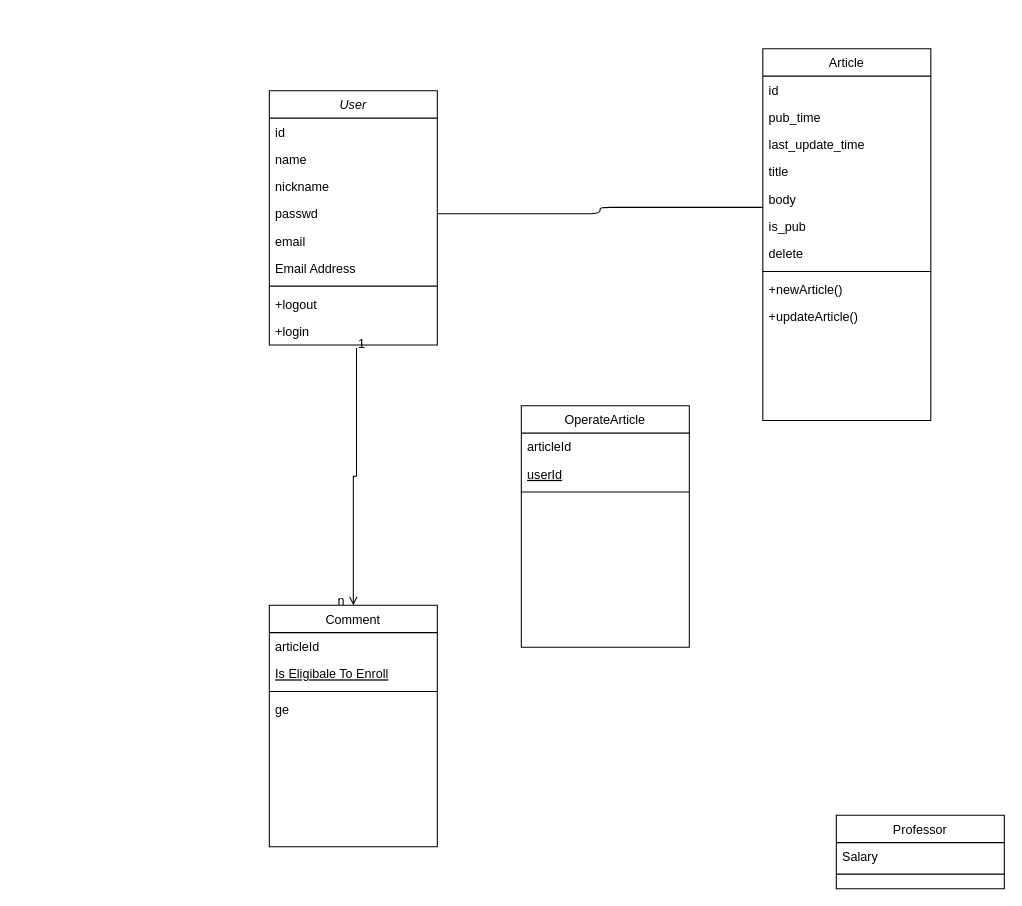
Earlier version of the draw.io diagram uml.drawio (JohnsonGreen/FormalMethod). Source tidied: cells renumbered, new cells numbered last; positions are measured from the earlier drawing's top-left corner, leaving out a move shared by most shapes. Both pictures are drawn from the tidied source at 105%, with x=0, y=0 at pixel (269, 48).
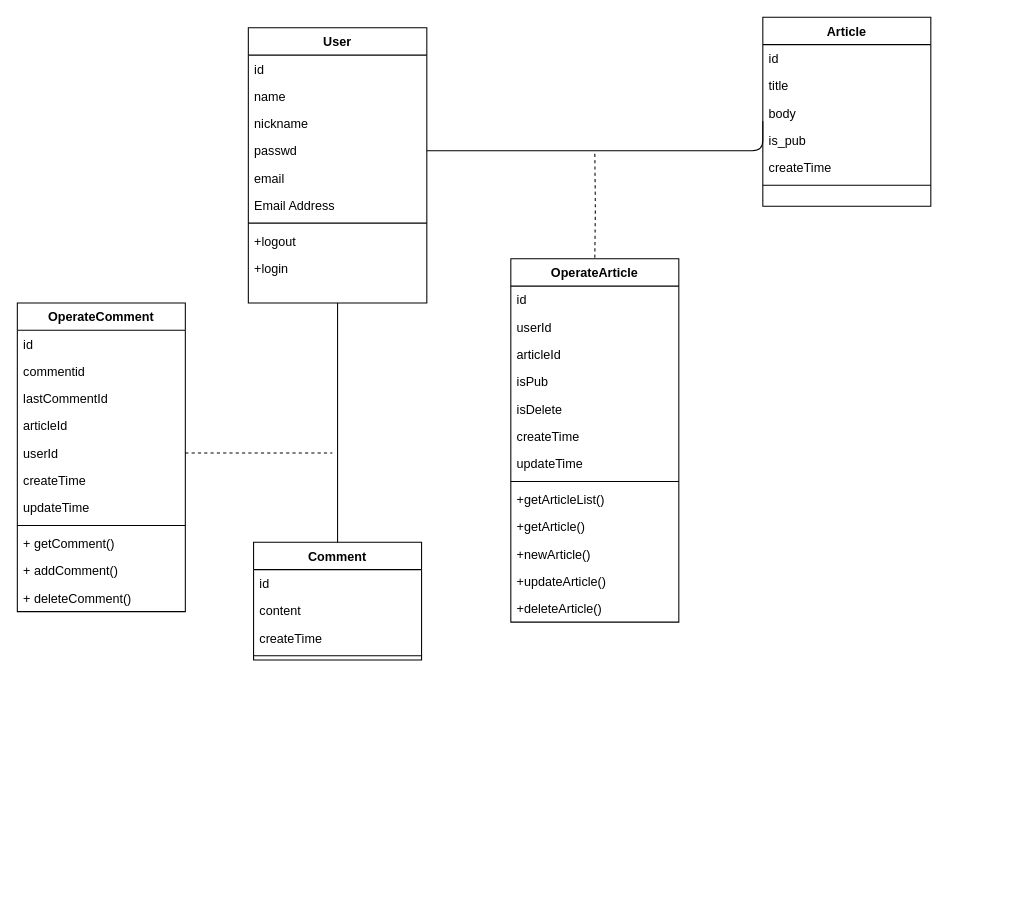
The same page after the edit.

The edit, as a diff of the source:
```diff
@@
-    <mxCell id="2" value="Comment" style="swimlane;fontStyle=0;align=center;verticalAlign=top;horizontal=1;startSize=26;rounded=0;shadow=0;strokeWidth=1;" parent="1" vertex="1">
-      <mxGeometry y="530" width="160" height="230" as="geometry" />
-    </mxCell>
-    <mxCell id="3" value="articleId" style="text;align=left;verticalAlign=top;spacingLeft=4;spacingRight=4;overflow=hidden;rounded=0;shadow=0;html=0;" parent="2" vertex="1">
-      <mxGeometry y="26" width="160" height="26" as="geometry" />
-    </mxCell>
-    <mxCell id="4" value="Is Eligibale To Enroll" style="text;align=left;verticalAlign=top;spacingLeft=4;spacingRight=4;overflow=hidden;fontStyle=4;" parent="2" vertex="1">
-      <mxGeometry y="52" width="160" height="26" as="geometry" />
-    </mxCell>
-    <mxCell id="5" style="line;html=1;strokeWidth=1;align=left;verticalAlign=middle;spacingTop=-1;spacingLeft=3;spacingRight=3;labelPosition=right;" parent="2" vertex="1">
-      <mxGeometry y="78" width="160" height="8" as="geometry" />
-    </mxCell>
-    <mxCell id="6" value="ge" style="text;align=left;verticalAlign=top;spacingLeft=4;spacingRight=4;overflow=hidden;" parent="2" vertex="1">
-      <mxGeometry y="86" width="160" height="26" as="geometry" />
-    </mxCell>
-    <mxCell id="7" value="Professor" style="swimlane;fontStyle=0;align=center;verticalAlign=top;horizontal=1;startSize=26;rounded=0;shadow=0;strokeWidth=1;" parent="1" vertex="1">
-      <mxGeometry x="540" y="730" width="160" height="70" as="geometry" />
-    </mxCell>
-    <mxCell id="8" value="Salary" style="text;align=left;verticalAlign=top;spacingLeft=4;spacingRight=4;overflow=hidden;" parent="7" vertex="1">
-      <mxGeometry y="26" width="160" height="26" as="geometry" />
-    </mxCell>
-    <mxCell id="9" style="line;html=1;strokeWidth=1;align=left;verticalAlign=middle;spacingTop=-1;spacingLeft=3;spacingRight=3;labelPosition=right;" parent="7" vertex="1">
-      <mxGeometry y="52" width="160" height="8" as="geometry" />
-    </mxCell>
-    <mxCell id="10" value="Article" style="swimlane;fontStyle=0;align=center;verticalAlign=top;horizontal=1;startSize=26;rounded=0;shadow=0;strokeWidth=1;" parent="1" vertex="1">
-      <mxGeometry x="470" width="160" height="354" as="geometry" />
+    <mxCell id="10" value="Article" style="swimlane;fontStyle=1;align=center;verticalAlign=top;horizontal=1;startSize=26;rounded=0;shadow=0;strokeWidth=1;" parent="1" vertex="1">
+      <mxGeometry x="470" y="-30" width="160" height="180" as="geometry" />
     </mxCell>
@@
-    <mxCell id="12" value="pub_time" style="text;align=left;verticalAlign=top;spacingLeft=4;spacingRight=4;overflow=hidden;rounded=0;shadow=0;html=0;" parent="10" vertex="1">
-      <mxGeometry y="52" width="160" height="26" as="geometry" />
-    </mxCell>
-    <mxCell id="13" value="last_update_time" style="text;align=left;verticalAlign=top;spacingLeft=4;spacingRight=4;overflow=hidden;rounded=0;shadow=0;html=0;" parent="10" vertex="1">
-      <mxGeometry y="78" width="160" height="26" as="geometry" />
-    </mxCell>
     <mxCell id="14" value="title" style="text;align=left;verticalAlign=top;spacingLeft=4;spacingRight=4;overflow=hidden;rounded=0;shadow=0;html=0;" parent="10" vertex="1">
-      <mxGeometry y="104" width="160" height="26" as="geometry" />
+      <mxGeometry y="52" width="160" height="26" as="geometry" />
     </mxCell>
     <mxCell id="15" value="body" style="text;align=left;verticalAlign=top;spacingLeft=4;spacingRight=4;overflow=hidden;points=[[0,0.5],[1,0.5]];portConstraint=eastwest;rounded=0;shadow=0;html=0;" parent="10" vertex="1">
-      <mxGeometry y="130" width="160" height="26" as="geometry" />
+      <mxGeometry y="78" width="160" height="26" as="geometry" />
     </mxCell>
     <mxCell id="16" value="is_pub" style="text;align=left;verticalAlign=top;spacingLeft=4;spacingRight=4;overflow=hidden;rounded=0;shadow=0;html=0;" parent="10" vertex="1">
-      <mxGeometry y="156" width="160" height="26" as="geometry" />
+      <mxGeometry y="104" width="160" height="26" as="geometry" />
     </mxCell>
-    <mxCell id="17" value="delete" style="text;align=left;verticalAlign=top;spacingLeft=4;spacingRight=4;overflow=hidden;rounded=0;shadow=0;html=0;" parent="10" vertex="1">
-      <mxGeometry y="182" width="160" height="26" as="geometry" />
-    </mxCell>
+    <mxCell id="39" value="createTime" style="text;align=left;verticalAlign=top;spacingLeft=4;spacingRight=4;overflow=hidden;rounded=0;shadow=0;html=0;" parent="10" vertex="1">
+      <mxGeometry y="130" width="160" height="26" as="geometry" />
+    </mxCell>
     <mxCell id="18" style="line;html=1;strokeWidth=1;align=left;verticalAlign=middle;spacingTop=-1;spacingLeft=3;spacingRight=3;labelPosition=right;" parent="10" vertex="1">
-      <mxGeometry y="208" width="160" height="8" as="geometry" />
+      <mxGeometry y="156" width="160" height="8" as="geometry" />
     </mxCell>
-    <mxCell id="19" value="+newArticle()" style="text;align=left;verticalAlign=top;spacingLeft=4;spacingRight=4;overflow=hidden;" parent="10" vertex="1">
-      <mxGeometry y="216" width="160" height="26" as="geometry" />
-    </mxCell>
-    <mxCell id="20" value="+updateArticle()" style="text;align=left;verticalAlign=top;spacingLeft=4;spacingRight=4;overflow=hidden;" parent="10" vertex="1">
-      <mxGeometry y="242" width="160" height="26" as="geometry" />
-    </mxCell>
-    <mxCell id="21" value="User" style="swimlane;fontStyle=2;align=center;verticalAlign=top;horizontal=1;startSize=26;rounded=0;shadow=0;strokeWidth=1;" parent="1" vertex="1">
-      <mxGeometry y="40" width="160" height="242" as="geometry" />
+    <mxCell id="21" value="User" style="swimlane;fontStyle=1;align=center;verticalAlign=top;horizontal=1;startSize=26;rounded=0;shadow=0;strokeWidth=1;" parent="1" vertex="1">
+      <mxGeometry x="-20" y="-20" width="170" height="262" as="geometry" />
     </mxCell>
     <mxCell id="22" value="id" style="text;align=left;verticalAlign=top;spacingLeft=4;spacingRight=4;overflow=hidden;" parent="21" vertex="1">
-      <mxGeometry y="26" width="160" height="26" as="geometry" />
+      <mxGeometry y="26" width="170" height="26" as="geometry" />
     </mxCell>
     <mxCell id="23" value="name" style="text;align=left;verticalAlign=top;spacingLeft=4;spacingRight=4;overflow=hidden;" parent="21" vertex="1">
-      <mxGeometry y="52" width="160" height="26" as="geometry" />
+      <mxGeometry y="52" width="170" height="26" as="geometry" />
     </mxCell>
     <mxCell id="24" value="nickname" style="text;align=left;verticalAlign=top;spacingLeft=4;spacingRight=4;overflow=hidden;rounded=0;shadow=0;html=0;" parent="21" vertex="1">
-      <mxGeometry y="78" width="160" height="26" as="geometry" />
+      <mxGeometry y="78" width="170" height="26" as="geometry" />
     </mxCell>
     <mxCell id="25" value="passwd" style="text;align=left;verticalAlign=top;spacingLeft=4;spacingRight=4;overflow=hidden;points=[[0,0.5],[1,0.5]];portConstraint=eastwest;rounded=0;shadow=0;html=0;" parent="21" vertex="1">
-      <mxGeometry y="104" width="160" height="26" as="geometry" />
+      <mxGeometry y="104" width="170" height="26" as="geometry" />
     </mxCell>
     <mxCell id="26" value="email" style="text;align=left;verticalAlign=top;spacingLeft=4;spacingRight=4;overflow=hidden;rounded=0;shadow=0;html=0;" parent="21" vertex="1">
-      <mxGeometry y="130" width="160" height="26" as="geometry" />
+      <mxGeometry y="130" width="170" height="26" as="geometry" />
     </mxCell>
     <mxCell id="27" value="Email Address" style="text;align=left;verticalAlign=top;spacingLeft=4;spacingRight=4;overflow=hidden;rounded=0;shadow=0;html=0;" parent="21" vertex="1">
-      <mxGeometry y="156" width="160" height="26" as="geometry" />
+      <mxGeometry y="156" width="170" height="26" as="geometry" />
     </mxCell>
     <mxCell id="28" style="line;html=1;strokeWidth=1;align=left;verticalAlign=middle;spacingTop=-1;spacingLeft=3;spacingRight=3;labelPosition=right;" parent="21" vertex="1">
-      <mxGeometry y="182" width="160" height="8" as="geometry" />
+      <mxGeometry y="182" width="170" height="8" as="geometry" />
     </mxCell>
     <mxCell id="29" value="+logout" style="text;align=left;verticalAlign=top;spacingLeft=4;spacingRight=4;overflow=hidden;" parent="21" vertex="1">
-      <mxGeometry y="190" width="160" height="26" as="geometry" />
+      <mxGeometry y="190" width="170" height="26" as="geometry" />
     </mxCell>
     <mxCell id="30" value="+login" style="text;align=left;verticalAlign=top;spacingLeft=4;spacingRight=4;overflow=hidden;points=[[0,0.5],[1,0.5]];portConstraint=eastwest;" parent="21" vertex="1">
-      <mxGeometry y="216" width="160" height="26" as="geometry" />
+      <mxGeometry y="216" width="170" height="26" as="geometry" />
     </mxCell>
-    <mxCell id="31" style="endArrow=open;shadow=0;strokeWidth=1;rounded=0;endFill=1;edgeStyle=elbowEdgeStyle;elbow=vertical;exitX=0.519;exitY=1.115;exitDx=0;exitDy=0;exitPerimeter=0;entryX=0.5;entryY=0;entryDx=0;entryDy=0;" parent="1" edge="1" source="30" target="2">
-      <mxGeometry x="0.5" y="41" relative="1" as="geometry">
-        <mxPoint x="-40" y="32" as="offset" />
-      </mxGeometry>
-    </mxCell>
-    <mxCell id="32" value="1" style="align=left;verticalAlign=bottom;labelBackgroundColor=none;fontSize=12;" parent="31" vertex="1">
-      <mxGeometry x="-1" relative="1" as="geometry">
-        <mxPoint y="4" as="offset" />
-      </mxGeometry>
-    </mxCell>
-    <mxCell id="33" value="n" style="align=right;verticalAlign=bottom;labelBackgroundColor=none;fontSize=12;" parent="31" vertex="1">
-      <mxGeometry x="1" relative="1" as="geometry">
-        <mxPoint x="-7" y="4" as="offset" />
-      </mxGeometry>
-    </mxCell>
     <mxCell id="34" style="endArrow=none;html=1;edgeStyle=orthogonalEdgeStyle;exitX=1;exitY=0.5;exitDx=0;exitDy=0;entryX=0;entryY=0.808;entryDx=0;entryDy=0;entryPerimeter=0;" parent="1" edge="1" source="25" target="15">
-      <mxGeometry relative="1" as="geometry" />
+      <mxGeometry relative="1" as="geometry">
+        <Array as="points">
+          <mxPoint x="470" y="97" />
+        </Array>
+      </mxGeometry>
     </mxCell>
+    <mxCell id="40" style="endArrow=none;html=1;edgeStyle=orthogonalEdgeStyle;dashed=1;entryX=0.5;entryY=0;entryDx=0;entryDy=0;" parent="1" edge="1" target="35">
+      <mxGeometry relative="1" as="geometry">
+        <mxPoint x="310" y="100" as="sourcePoint" />
+      </mxGeometry>
+    </mxCell>
-    <mxCell id="35" value="OperateArticle" style="swimlane;fontStyle=0;align=center;verticalAlign=top;horizontal=1;startSize=26;rounded=0;shadow=0;strokeWidth=1;" parent="1" vertex="1">
-      <mxGeometry x="240" y="340" width="160" height="230" as="geometry" />
+    <mxCell id="35" value="OperateArticle" style="swimlane;fontStyle=1;align=center;verticalAlign=top;horizontal=1;startSize=26;" parent="1" vertex="1">
+      <mxGeometry x="230" y="200" width="160" height="346" as="geometry" />
     </mxCell>
-    <mxCell id="36" value="articleId" style="text;align=left;verticalAlign=top;spacingLeft=4;spacingRight=4;overflow=hidden;rounded=0;shadow=0;html=0;" parent="35" vertex="1">
-      <mxGeometry y="26" width="160" height="26" as="geometry" />
-    </mxCell>
-    <mxCell id="37" value="userId" style="text;align=left;verticalAlign=top;spacingLeft=4;spacingRight=4;overflow=hidden;fontStyle=4;" parent="35" vertex="1">
-      <mxGeometry y="52" width="160" height="26" as="geometry" />
-    </mxCell>
-    <mxCell id="38" style="line;html=1;strokeWidth=1;align=left;verticalAlign=middle;spacingTop=-1;spacingLeft=3;spacingRight=3;labelPosition=right;" parent="35" vertex="1">
-      <mxGeometry y="78" width="160" height="8" as="geometry" />
-    </mxCell>
+    <mxCell id="41" value="id" style="text;strokeColor=none;fillColor=none;align=left;verticalAlign=top;spacingLeft=4;spacingRight=4;overflow=hidden;" parent="35" vertex="1">
+      <mxGeometry y="26" width="160" height="26" as="geometry" />
+    </mxCell>
+    <mxCell id="42" value="userId" style="text;strokeColor=none;fillColor=none;align=left;verticalAlign=top;spacingLeft=4;spacingRight=4;overflow=hidden;" parent="35" vertex="1">
+      <mxGeometry y="52" width="160" height="26" as="geometry" />
+    </mxCell>
+    <mxCell id="43" value="articleId" style="text;strokeColor=none;fillColor=none;align=left;verticalAlign=top;spacingLeft=4;spacingRight=4;overflow=hidden;" parent="35" vertex="1">
+      <mxGeometry y="78" width="160" height="26" as="geometry" />
+    </mxCell>
+    <mxCell id="44" value="isPub" style="text;strokeColor=none;fillColor=none;align=left;verticalAlign=top;spacingLeft=4;spacingRight=4;overflow=hidden;" parent="35" vertex="1">
+      <mxGeometry y="104" width="160" height="26" as="geometry" />
+    </mxCell>
+    <mxCell id="45" value="isDelete" style="text;strokeColor=none;fillColor=none;align=left;verticalAlign=top;spacingLeft=4;spacingRight=4;overflow=hidden;" parent="35" vertex="1">
+      <mxGeometry y="130" width="160" height="26" as="geometry" />
+    </mxCell>
+    <mxCell id="46" value="createTime" style="text;strokeColor=none;fillColor=none;align=left;verticalAlign=top;spacingLeft=4;spacingRight=4;overflow=hidden;" parent="35" vertex="1">
+      <mxGeometry y="156" width="160" height="26" as="geometry" />
+    </mxCell>
+    <mxCell id="47" value="updateTime" style="text;strokeColor=none;fillColor=none;align=left;verticalAlign=top;spacingLeft=4;spacingRight=4;overflow=hidden;" parent="35" vertex="1">
+      <mxGeometry y="182" width="160" height="26" as="geometry" />
+    </mxCell>
+    <mxCell id="48" style="line;strokeWidth=1;fillColor=none;align=left;verticalAlign=middle;spacingTop=-1;spacingLeft=3;spacingRight=3;labelPosition=right;" parent="35" vertex="1">
+      <mxGeometry y="208" width="160" height="8" as="geometry" />
+    </mxCell>
+    <mxCell id="49" value="+getArticleList()" style="text;strokeColor=none;fillColor=none;align=left;verticalAlign=top;spacingLeft=4;spacingRight=4;overflow=hidden;" parent="35" vertex="1">
+      <mxGeometry y="216" width="160" height="26" as="geometry" />
+    </mxCell>
+    <mxCell id="50" value="+getArticle()" style="text;strokeColor=none;fillColor=none;align=left;verticalAlign=top;spacingLeft=4;spacingRight=4;overflow=hidden;" parent="35" vertex="1">
+      <mxGeometry y="242" width="160" height="26" as="geometry" />
+    </mxCell>
+    <mxCell id="19" value="+newArticle()" style="text;strokeColor=none;fillColor=none;align=left;verticalAlign=top;spacingLeft=4;spacingRight=4;overflow=hidden;" parent="35" vertex="1">
+      <mxGeometry y="268" width="160" height="26" as="geometry" />
+    </mxCell>
+    <mxCell id="20" value="+updateArticle()" style="text;strokeColor=none;fillColor=none;align=left;verticalAlign=top;spacingLeft=4;spacingRight=4;overflow=hidden;" parent="35" vertex="1">
+      <mxGeometry y="294" width="160" height="26" as="geometry" />
+    </mxCell>
+    <mxCell id="51" value="+deleteArticle()" style="text;strokeColor=none;fillColor=none;align=left;verticalAlign=top;spacingLeft=4;spacingRight=4;overflow=hidden;" parent="35" vertex="1">
+      <mxGeometry y="320" width="160" height="26" as="geometry" />
+    </mxCell>
+    <mxCell id="2" value="Comment" style="swimlane;fontStyle=1;align=center;verticalAlign=top;horizontal=1;startSize=26;" parent="1" vertex="1">
+      <mxGeometry x="-15" y="470" width="160" height="112" as="geometry" />
+    </mxCell>
+    <mxCell id="52" value="id" style="text;strokeColor=none;fillColor=none;align=left;verticalAlign=top;spacingLeft=4;spacingRight=4;overflow=hidden;" parent="2" vertex="1">
+      <mxGeometry y="26" width="160" height="26" as="geometry" />
+    </mxCell>
+    <mxCell id="53" value="content" style="text;strokeColor=none;fillColor=none;align=left;verticalAlign=top;spacingLeft=4;spacingRight=4;overflow=hidden;" parent="2" vertex="1">
+      <mxGeometry y="52" width="160" height="26" as="geometry" />
+    </mxCell>
+    <mxCell id="54" value="createTime" style="text;strokeColor=none;fillColor=none;align=left;verticalAlign=top;spacingLeft=4;spacingRight=4;overflow=hidden;" parent="2" vertex="1">
+      <mxGeometry y="78" width="160" height="26" as="geometry" />
+    </mxCell>
+    <mxCell id="55" style="line;strokeWidth=1;fillColor=none;align=left;verticalAlign=middle;spacingTop=-1;spacingLeft=3;spacingRight=3;labelPosition=right;" parent="2" vertex="1">
+      <mxGeometry y="104" width="160" height="8" as="geometry" />
+    </mxCell>
+    <mxCell id="56" style="endArrow=none;html=1;edgeStyle=orthogonalEdgeStyle;entryX=0.5;entryY=0;entryDx=0;entryDy=0;exitX=0.5;exitY=1;exitDx=0;exitDy=0;" parent="1" edge="1" source="21" target="2">
+      <mxGeometry relative="1" as="geometry">
+        <Array as="points">
+          <mxPoint x="65" y="350" />
+          <mxPoint x="65" y="350" />
+        </Array>
+      </mxGeometry>
+    </mxCell>
+    <mxCell id="57" value="OperateComment" style="swimlane;fontStyle=1;align=center;verticalAlign=top;horizontal=1;startSize=26;" parent="1" vertex="1">
+      <mxGeometry x="-240" y="242" width="160" height="294" as="geometry" />
+    </mxCell>
+    <mxCell id="58" value="id" style="text;strokeColor=none;fillColor=none;align=left;verticalAlign=top;spacingLeft=4;spacingRight=4;overflow=hidden;" parent="57" vertex="1">
+      <mxGeometry y="26" width="160" height="26" as="geometry" />
+    </mxCell>
+    <mxCell id="59" value="commentid" style="text;strokeColor=none;fillColor=none;align=left;verticalAlign=top;spacingLeft=4;spacingRight=4;overflow=hidden;" parent="57" vertex="1">
+      <mxGeometry y="52" width="160" height="26" as="geometry" />
+    </mxCell>
+    <mxCell id="60" value="lastCommentId" style="text;strokeColor=none;fillColor=none;align=left;verticalAlign=top;spacingLeft=4;spacingRight=4;overflow=hidden;" parent="57" vertex="1">
+      <mxGeometry y="78" width="160" height="26" as="geometry" />
+    </mxCell>
+    <mxCell id="61" value="articleId" style="text;strokeColor=none;fillColor=none;align=left;verticalAlign=top;spacingLeft=4;spacingRight=4;overflow=hidden;" parent="57" vertex="1">
+      <mxGeometry y="104" width="160" height="26" as="geometry" />
+    </mxCell>
+    <mxCell id="62" value="userId" style="text;strokeColor=none;fillColor=none;align=left;verticalAlign=top;spacingLeft=4;spacingRight=4;overflow=hidden;points=[[0,0.5],[1,0.5]];portConstraint=eastwest;" parent="57" vertex="1">
+      <mxGeometry y="130" width="160" height="26" as="geometry" />
+    </mxCell>
+    <mxCell id="63" value="createTime" style="text;strokeColor=none;fillColor=none;align=left;verticalAlign=top;spacingLeft=4;spacingRight=4;overflow=hidden;" parent="57" vertex="1">
+      <mxGeometry y="156" width="160" height="26" as="geometry" />
+    </mxCell>
+    <mxCell id="64" value="updateTime" style="text;strokeColor=none;fillColor=none;align=left;verticalAlign=top;spacingLeft=4;spacingRight=4;overflow=hidden;" parent="57" vertex="1">
+      <mxGeometry y="182" width="160" height="26" as="geometry" />
+    </mxCell>
+    <mxCell id="65" style="line;strokeWidth=1;fillColor=none;align=left;verticalAlign=middle;spacingTop=-1;spacingLeft=3;spacingRight=3;labelPosition=right;" parent="57" vertex="1">
+      <mxGeometry y="208" width="160" height="8" as="geometry" />
+    </mxCell>
+    <mxCell id="66" value="+ getComment()" style="text;strokeColor=none;fillColor=none;align=left;verticalAlign=top;spacingLeft=4;spacingRight=4;overflow=hidden;" parent="57" vertex="1">
+      <mxGeometry y="216" width="160" height="26" as="geometry" />
+    </mxCell>
+    <mxCell id="67" value="+ addComment()" style="text;strokeColor=none;fillColor=none;align=left;verticalAlign=top;spacingLeft=4;spacingRight=4;overflow=hidden;" parent="57" vertex="1">
+      <mxGeometry y="242" width="160" height="26" as="geometry" />
+    </mxCell>
+    <mxCell id="68" value="+ deleteComment()" style="text;strokeColor=none;fillColor=none;align=left;verticalAlign=top;spacingLeft=4;spacingRight=4;overflow=hidden;" parent="57" vertex="1">
+      <mxGeometry y="268" width="160" height="26" as="geometry" />
+    </mxCell>
+    <mxCell id="69" style="endArrow=none;html=1;edgeStyle=orthogonalEdgeStyle;dashed=1;exitX=1;exitY=0.5;exitDx=0;exitDy=0;" parent="1" edge="1" source="62">
+      <mxGeometry relative="1" as="geometry">
+        <mxPoint x="60" y="385" as="targetPoint" />
+      </mxGeometry>
+    </mxCell>
```
